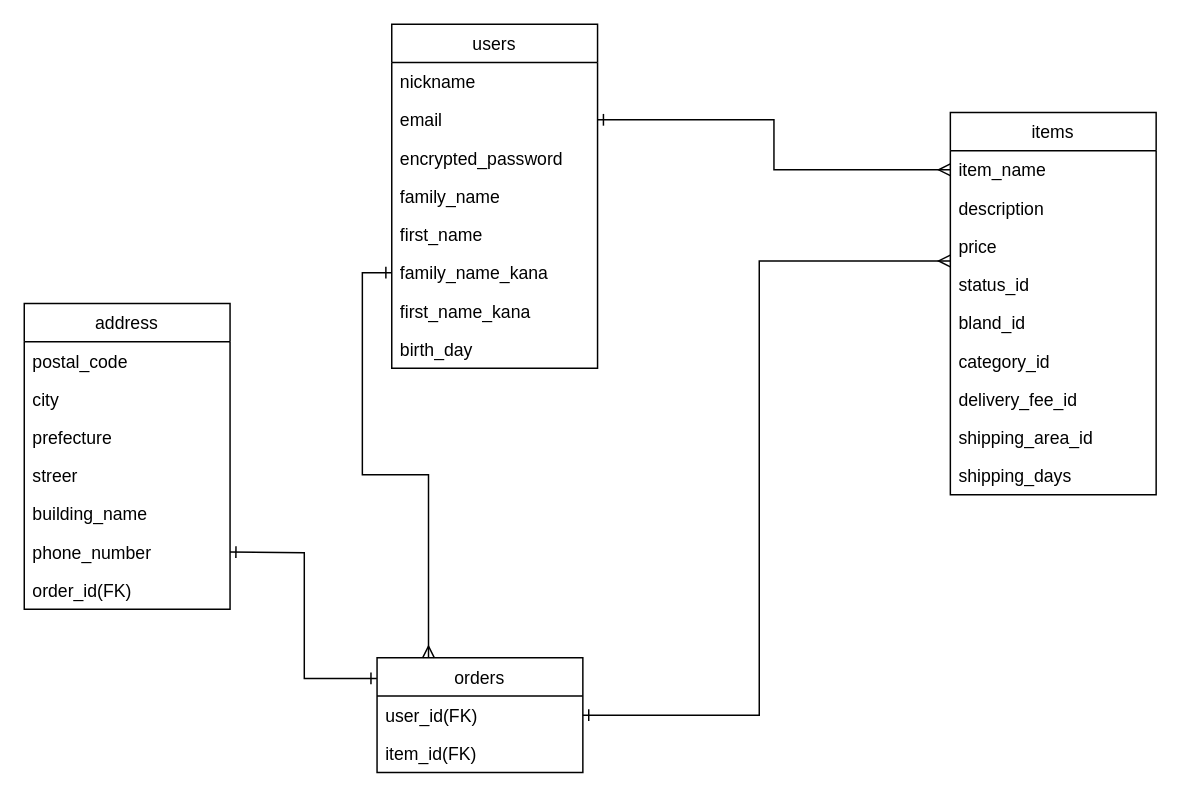
This is furima.ER/furima.dio from hashimo1216/furima-36574, a draw.io file, before an edit. Source tidied: cells renumbered, new cells numbered last; positions are measured from the earlier drawing's top-left corner, leaving out a move shared by most shapes. Both pictures are drawn from the tidied source at 147%, with x=0, y=0 at pixel (24, 24).
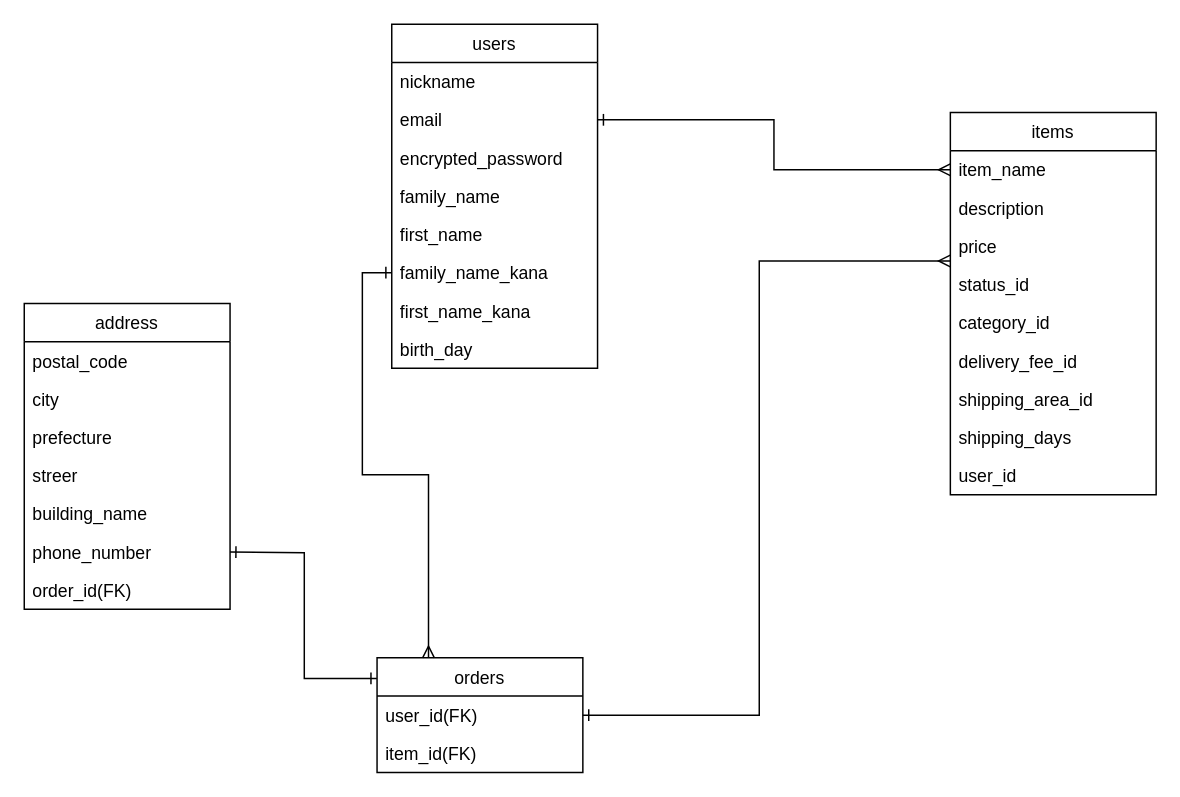
The same page after the edit.

Commit message (it also covers changes not shown here):
データベース修正

The change refers to these unchanged cells:
```xml
<mxCell id="11" value="items" style="swimlane;fontStyle=0;horizontal=1;startSize=26;" parent="1" vertex="1">
  <mxGeometry x="630" y="60" width="140" height="260" as="geometry" />
</mxCell>
```

The edit, as a diff of the source:
```diff
@@
-    <mxCell id="16" value="bland_id" style="text;strokeColor=none;fillColor=none;align=left;verticalAlign=top;spacingLeft=4;spacingRight=4;overflow=hidden;" parent="11" vertex="1">
-      <mxGeometry y="130" width="140" height="26" as="geometry" />
-    </mxCell>
     <mxCell id="17" value="category_id" style="text;strokeColor=none;fillColor=none;align=left;verticalAlign=top;spacingLeft=4;spacingRight=4;overflow=hidden;" parent="11" vertex="1">
-      <mxGeometry y="156" width="140" height="26" as="geometry" />
+      <mxGeometry y="130" width="140" height="26" as="geometry" />
     </mxCell>
     <mxCell id="18" value="delivery_fee_id" style="text;strokeColor=none;fillColor=none;align=left;verticalAlign=top;spacingLeft=4;spacingRight=4;overflow=hidden;" parent="11" vertex="1">
-      <mxGeometry y="182" width="140" height="26" as="geometry" />
+      <mxGeometry y="156" width="140" height="26" as="geometry" />
     </mxCell>
     <mxCell id="19" value="shipping_area_id" style="text;strokeColor=none;fillColor=none;align=left;verticalAlign=top;spacingLeft=4;spacingRight=4;overflow=hidden;" parent="11" vertex="1">
-      <mxGeometry y="208" width="140" height="26" as="geometry" />
+      <mxGeometry y="182" width="140" height="26" as="geometry" />
     </mxCell>
     <mxCell id="20" value="shipping_days" style="text;strokeColor=none;fillColor=none;align=left;verticalAlign=top;spacingLeft=4;spacingRight=4;overflow=hidden;" parent="11" vertex="1">
-      <mxGeometry y="234" width="140" height="26" as="geometry" />
+      <mxGeometry y="208" width="140" height="26" as="geometry" />
     </mxCell>
+    <mxCell id="36" value="user_id" style="text;strokeColor=none;fillColor=none;align=left;verticalAlign=top;spacingLeft=4;spacingRight=4;overflow=hidden;" parent="11" vertex="1">
+      <mxGeometry y="234" width="140" height="26" as="geometry" />
+    </mxCell>
```
